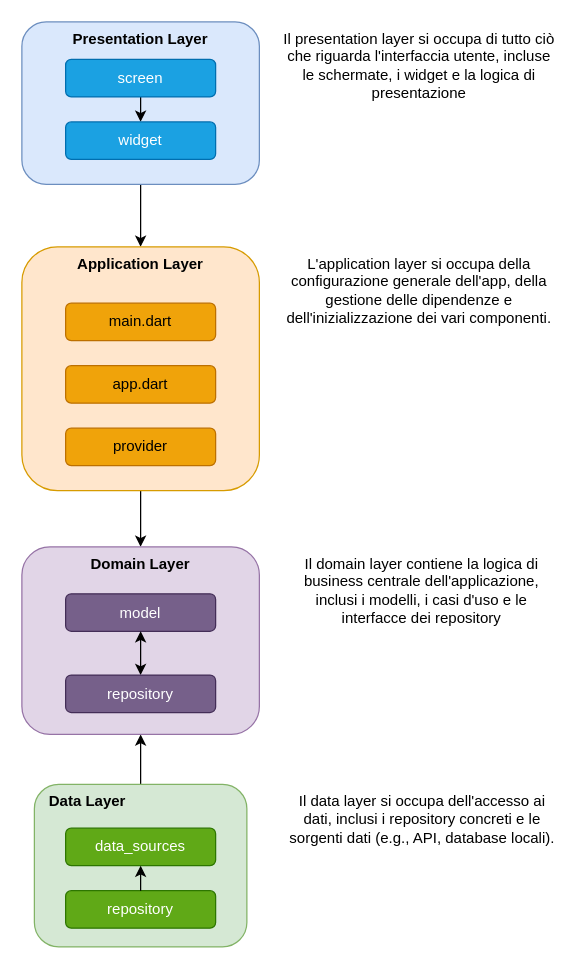
Earlier version of the draw.io diagram Documentazione/Arch_FrontEnd.drawio (LLonghi02/Tesi-Project). Source tidied: cells renumbered, new cells numbered last; positions are measured from the earlier drawing's top-left corner, leaving out a move shared by most shapes. Both pictures are drawn from the tidied source at 125%, with x=0, y=0 at pixel (21, 21).
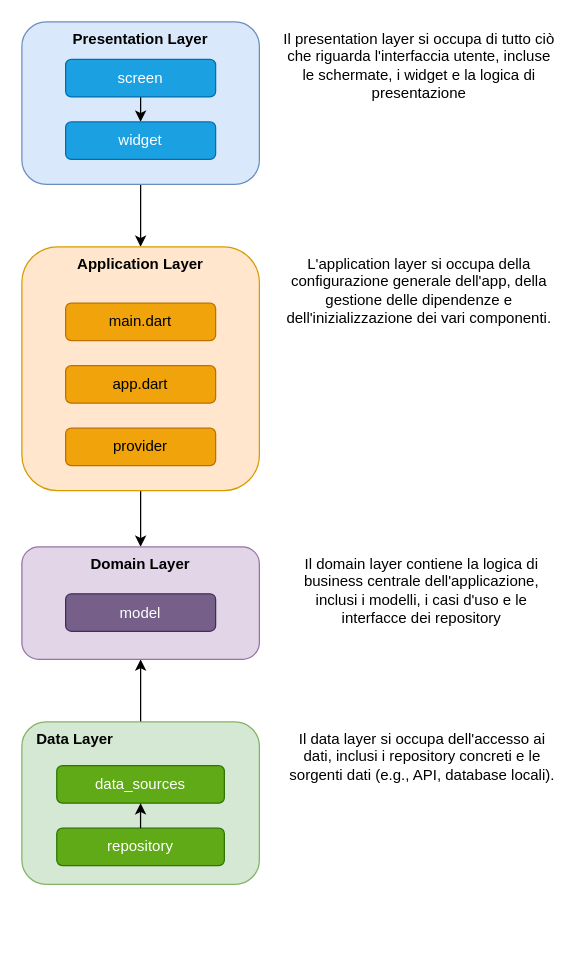
The same diagram, later.

The edit, as a diff of the source:
```diff
@@
     <mxCell id="7" value="Il data layer si occupa dell'accesso ai dati, inclusi i repository concreti e le sorgenti dati (e.g., API, database locali)." style="text;whiteSpace=wrap;html=1;fontFamily=Helvetica;align=center;" parent="1" vertex="1">
-      <mxGeometry x="212.5" y="610" width="215" height="50" as="geometry" />
+      <mxGeometry x="212.5" y="560" width="215" height="50" as="geometry" />
     </mxCell>
@@
     <mxCell id="18" style="group;" parent="1" vertex="1">
-      <mxGeometry x="10" y="610" width="170" height="130" as="geometry" />
+      <mxGeometry y="560" width="190" height="130" as="geometry" />
     </mxCell>
     <mxCell id="19" value="&amp;nbsp; &amp;nbsp;Data Layer" style="rounded=1;whiteSpace=wrap;html=1;verticalAlign=top;fontStyle=1;labelBackgroundColor=none;fillColor=#d5e8d4;strokeColor=#82b366;align=left;" parent="18" vertex="1">
-      <mxGeometry width="170" height="130" as="geometry" />
+      <mxGeometry width="190" height="130" as="geometry" />
     </mxCell>
     <mxCell id="20" value="repository" style="rounded=1;whiteSpace=wrap;html=1;labelBackgroundColor=none;fillColor=#60a917;fontColor=#ffffff;strokeColor=#2D7600;" parent="18" vertex="1">
-      <mxGeometry x="25" y="85" width="120" height="30" as="geometry" />
+      <mxGeometry x="27.9" y="85" width="134.1" height="30" as="geometry" />
     </mxCell>
     <mxCell id="21" value="&lt;p class=&quot;MsoNormal&quot;&gt;data_sources&lt;/p&gt;" style="rounded=1;whiteSpace=wrap;html=1;labelBackgroundColor=none;fillColor=#60a917;fontColor=#ffffff;strokeColor=#2D7600;fontFamily=Helvetica;" parent="18" vertex="1">
-      <mxGeometry x="25" y="35" width="120" height="30" as="geometry" />
+      <mxGeometry x="27.9" y="35" width="134.1" height="30" as="geometry" />
     </mxCell>
@@
-    <mxCell id="23" style="group;" parent="1" vertex="1">
-      <mxGeometry y="430" width="190" height="150" as="geometry" />
-    </mxCell>
-    <mxCell id="24" value="Domain Layer" style="rounded=1;whiteSpace=wrap;html=1;verticalAlign=top;fontStyle=1;labelBackgroundColor=none;fillColor=#e1d5e7;strokeColor=#9673a6;" parent="23" vertex="1">
-      <mxGeometry y="-10" width="190" height="150" as="geometry" />
+    <mxCell id="24" value="Domain Layer" style="rounded=1;whiteSpace=wrap;html=1;verticalAlign=top;fontStyle=1;labelBackgroundColor=none;fillColor=#e1d5e7;strokeColor=#9673a6;" parent="1" vertex="1">
+      <mxGeometry y="420" width="190" height="90" as="geometry" />
     </mxCell>
-    <mxCell id="25" value="&lt;p class=&quot;MsoNormal&quot;&gt;model&lt;/p&gt;" style="rounded=1;whiteSpace=wrap;html=1;labelBackgroundColor=none;fillColor=#76608a;strokeColor=#432D57;fontFamily=Helvetica;fontColor=#ffffff;" parent="23" vertex="1">
-      <mxGeometry x="35" y="27.5" width="120" height="30" as="geometry" />
+    <mxCell id="25" value="&lt;p class=&quot;MsoNormal&quot;&gt;model&lt;/p&gt;" style="rounded=1;whiteSpace=wrap;html=1;labelBackgroundColor=none;fillColor=#76608a;strokeColor=#432D57;fontFamily=Helvetica;fontColor=#ffffff;" parent="1" vertex="1">
+      <mxGeometry x="35" y="457.5" width="120" height="30" as="geometry" />
     </mxCell>
-    <mxCell id="26" style="edgeStyle=none;html=1;startArrow=classic;startFill=1;" parent="23" edge="1" source="27" target="25">
-      <mxGeometry relative="1" as="geometry" />
-    </mxCell>
-    <mxCell id="27" value="&lt;p class=&quot;MsoNormal&quot;&gt;repository&lt;/p&gt;" style="rounded=1;whiteSpace=wrap;html=1;labelBackgroundColor=none;fillColor=#76608a;strokeColor=#432D57;fontFamily=Helvetica;fontColor=#ffffff;" parent="23" vertex="1">
-      <mxGeometry x="35" y="92.5" width="120" height="30" as="geometry" />
-    </mxCell>
```
